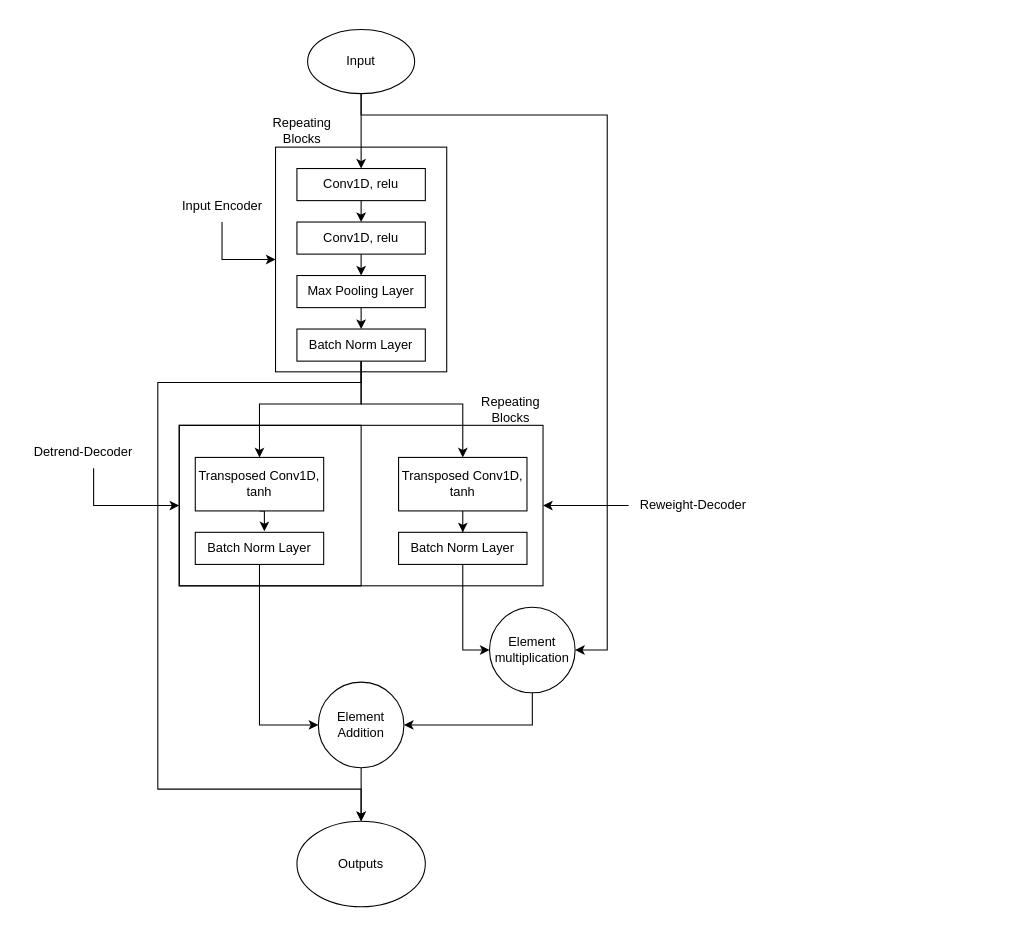
The draw.io diagram MATLAB/Notes/Figures/Architecture Diagram/ReweightDetrendLayer.drawio in not-JASH/Trading-AI-3, before the edit. Source tidied: cells renumbered, new cells numbered last; positions are measured from the earlier drawing's top-left corner, leaving out a move shared by most shapes. Both pictures are drawn from the tidied source at 107%, with x=0, y=0 at pixel (18, 29).
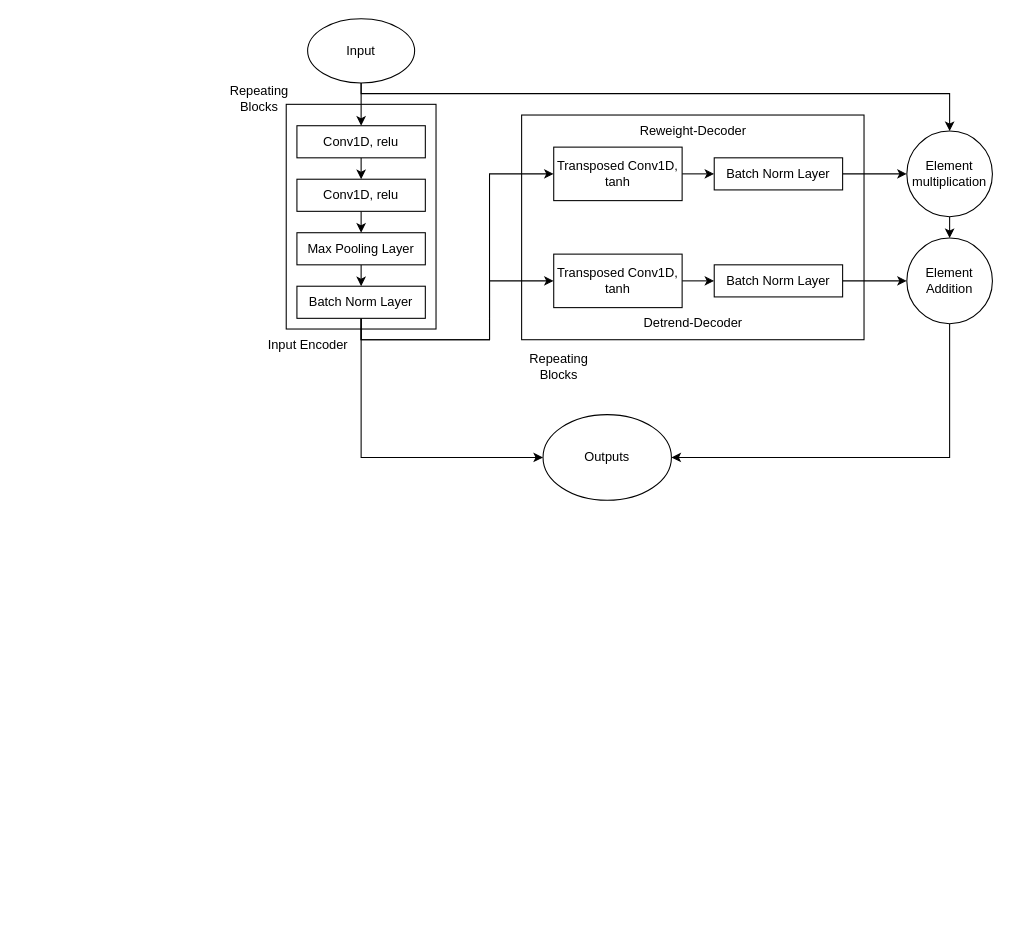
The same diagram, later.

What changed in the source:
```diff
@@
-    <mxCell id="3" style="edgeStyle=orthogonalEdgeStyle;rounded=0;jettySize=auto;html=1;exitX=0.5;exitY=1;exitDx=0;exitDy=0;entryX=1;entryY=0.5;entryDx=0;entryDy=0;" parent="1" edge="1" source="4" target="26">
+    <mxCell id="3" style="edgeStyle=orthogonalEdgeStyle;rounded=0;jettySize=auto;html=1;exitX=0.5;exitY=1;exitDx=0;exitDy=0;" parent="1" edge="1" source="4" target="26">
       <mxGeometry relative="1" as="geometry">
         <Array as="points">
-          <mxPoint x="320" y="80" />
-          <mxPoint x="550" y="80" />
-          <mxPoint x="550" y="580" />
+          <mxPoint x="320" y="60" />
+          <mxPoint x="870" y="60" />
         </Array>
       </mxGeometry>
     </mxCell>
     <mxCell id="4" value="Input" style="ellipse;whiteSpace=wrap;html=1;" parent="1" vertex="1">
-      <mxGeometry x="270" width="100" height="60" as="geometry" />
+      <mxGeometry x="270" y="-10" width="100" height="60" as="geometry" />
     </mxCell>
@@
     <mxCell id="6" value="Conv1D, relu" style="rounded=0;whiteSpace=wrap;html=1;" parent="1" vertex="1">
-      <mxGeometry x="260" y="130" width="120" height="30" as="geometry" />
+      <mxGeometry x="260" y="90" width="120" height="30" as="geometry" />
     </mxCell>
@@
     <mxCell id="8" value="Conv1D, relu" style="rounded=0;whiteSpace=wrap;html=1;" parent="1" vertex="1">
-      <mxGeometry x="260" y="180" width="120" height="30" as="geometry" />
+      <mxGeometry x="260" y="140" width="120" height="30" as="geometry" />
     </mxCell>
@@
     <mxCell id="10" value="Max Pooling Layer" style="rounded=0;whiteSpace=wrap;html=1;fontSize=12;" parent="1" vertex="1">
-      <mxGeometry x="260" y="230" width="120" height="30" as="geometry" />
+      <mxGeometry x="260" y="190" width="120" height="30" as="geometry" />
     </mxCell>
+    <mxCell id="12" style="edgeStyle=orthogonalEdgeStyle;rounded=0;jettySize=auto;html=1;exitX=0.5;exitY=1;exitDx=0;exitDy=0;entryX=0;entryY=0.5;entryDx=0;entryDy=0;" parent="1" edge="1" source="14" target="20">
+      <mxGeometry relative="1" as="geometry" />
+    </mxCell>
-    <mxCell id="11" style="edgeStyle=orthogonalEdgeStyle;rounded=0;jettySize=auto;html=1;exitX=0.5;exitY=1;exitDx=0;exitDy=0;fontSize=12;" parent="1" edge="1" source="14" target="18">
-      <mxGeometry relative="1" as="geometry">
-        <Array as="points">
-          <mxPoint x="320" y="350" />
-          <mxPoint x="225" y="350" />
-        </Array>
-      </mxGeometry>
+    <mxCell id="11" style="edgeStyle=orthogonalEdgeStyle;rounded=0;jettySize=auto;html=1;exitX=0.5;exitY=1;exitDx=0;exitDy=0;entryX=0;entryY=0.5;entryDx=0;entryDy=0;" parent="1" edge="1" source="14" target="18">
+      <mxGeometry relative="1" as="geometry" />
     </mxCell>
-    <mxCell id="12" style="edgeStyle=orthogonalEdgeStyle;rounded=0;jettySize=auto;html=1;exitX=0.5;exitY=1;exitDx=0;exitDy=0;" parent="1" edge="1" source="14" target="20">
-      <mxGeometry relative="1" as="geometry">
-        <Array as="points">
-          <mxPoint x="320" y="350" />
-          <mxPoint x="415" y="350" />
-        </Array>
-      </mxGeometry>
-    </mxCell>
-    <mxCell id="13" style="edgeStyle=orthogonalEdgeStyle;rounded=0;jettySize=auto;html=1;exitX=0.5;exitY=1;exitDx=0;exitDy=0;" parent="1" edge="1" source="14" target="38">
-      <mxGeometry relative="1" as="geometry">
-        <Array as="points">
-          <mxPoint x="320" y="330" />
-          <mxPoint x="130" y="330" />
-          <mxPoint x="130" y="710" />
-          <mxPoint x="320" y="710" />
-        </Array>
-      </mxGeometry>
+    <mxCell id="13" style="edgeStyle=orthogonalEdgeStyle;rounded=0;jettySize=auto;html=1;exitX=0.5;exitY=1;exitDx=0;exitDy=0;entryX=0;entryY=0.5;entryDx=0;entryDy=0;" parent="1" edge="1" source="14" target="38">
+      <mxGeometry relative="1" as="geometry" />
     </mxCell>
     <mxCell id="14" value="Batch Norm Layer" style="rounded=0;whiteSpace=wrap;html=1;fontSize=12;" parent="1" vertex="1">
-      <mxGeometry x="260" y="280" width="120" height="30" as="geometry" />
+      <mxGeometry x="260" y="240" width="120" height="30" as="geometry" />
     </mxCell>
-    <mxCell id="15" style="rounded=0;whiteSpace=wrap;html=1;labelBackgroundColor=none;fontSize=12;fillColor=none;" parent="1" vertex="1">
-      <mxGeometry x="240" y="110" width="160" height="210" as="geometry" />
-    </mxCell>
     <mxCell id="16" value="Repeating Blocks" style="text;html=1;strokeColor=none;fillColor=none;align=center;verticalAlign=middle;whiteSpace=wrap;rounded=0;labelBackgroundColor=none;fontSize=12;" parent="1" vertex="1">
-      <mxGeometry x="220" y="80" width="90" height="30" as="geometry" />
+      <mxGeometry x="180" y="50" width="90" height="30" as="geometry" />
     </mxCell>
-    <mxCell id="17" style="edgeStyle=orthogonalEdgeStyle;rounded=0;jettySize=auto;html=1;exitX=0.5;exitY=1;exitDx=0;exitDy=0;entryX=0.538;entryY=-0.033;entryDx=0;entryDy=0;entryPerimeter=0;" parent="1" edge="1" source="18" target="22">
-      <mxGeometry relative="1" as="geometry" />
-    </mxCell>
-    <mxCell id="18" value="Transposed Conv1D, tanh" style="rounded=0;whiteSpace=wrap;html=1;labelBackgroundColor=none;fontSize=12;fillColor=default;" parent="1" vertex="1">
-      <mxGeometry x="165" y="400" width="120" height="50" as="geometry" />
-    </mxCell>
-    <mxCell id="19" style="edgeStyle=orthogonalEdgeStyle;rounded=0;jettySize=auto;html=1;exitX=0.5;exitY=1;exitDx=0;exitDy=0;" parent="1" edge="1" source="20" target="24">
+    <mxCell id="19" style="edgeStyle=orthogonalEdgeStyle;rounded=0;jettySize=auto;html=1;exitX=1;exitY=0.5;exitDx=0;exitDy=0;entryX=0;entryY=0.5;entryDx=0;entryDy=0;" parent="1" edge="1" source="20" target="24">
       <mxGeometry relative="1" as="geometry" />
     </mxCell>
     <mxCell id="20" value="Transposed Conv1D, tanh" style="rounded=0;whiteSpace=wrap;html=1;labelBackgroundColor=none;fontSize=12;fillColor=default;" parent="1" vertex="1">
-      <mxGeometry x="355" y="400" width="120" height="50" as="geometry" />
+      <mxGeometry x="500" y="110" width="120" height="50" as="geometry" />
     </mxCell>
-    <mxCell id="21" style="edgeStyle=orthogonalEdgeStyle;rounded=0;jettySize=auto;html=1;exitX=0.5;exitY=1;exitDx=0;exitDy=0;entryX=0;entryY=0.5;entryDx=0;entryDy=0;" parent="1" edge="1" source="22" target="29">
-      <mxGeometry relative="1" as="geometry" />
-    </mxCell>
-    <mxCell id="22" value="Batch Norm Layer" style="rounded=0;whiteSpace=wrap;html=1;fontSize=12;" parent="1" vertex="1">
-      <mxGeometry x="165" y="470" width="120" height="30" as="geometry" />
-    </mxCell>
-    <mxCell id="23" style="edgeStyle=orthogonalEdgeStyle;rounded=0;jettySize=auto;html=1;exitX=0.5;exitY=1;exitDx=0;exitDy=0;entryX=0;entryY=0.5;entryDx=0;entryDy=0;" parent="1" edge="1" source="24" target="26">
+    <mxCell id="23" style="edgeStyle=orthogonalEdgeStyle;rounded=0;jettySize=auto;html=1;entryX=0;entryY=0.5;entryDx=0;entryDy=0;" parent="1" edge="1" source="24" target="26">
       <mxGeometry relative="1" as="geometry" />
     </mxCell>
     <mxCell id="24" value="Batch Norm Layer" style="rounded=0;whiteSpace=wrap;html=1;fontSize=12;" parent="1" vertex="1">
-      <mxGeometry x="355" y="470" width="120" height="30" as="geometry" />
+      <mxGeometry x="650" y="120" width="120" height="30" as="geometry" />
     </mxCell>
-    <mxCell id="25" style="edgeStyle=orthogonalEdgeStyle;rounded=0;jettySize=auto;html=1;exitX=0.5;exitY=1;exitDx=0;exitDy=0;entryX=1;entryY=0.5;entryDx=0;entryDy=0;" parent="1" edge="1" source="26" target="29">
+    <mxCell id="25" style="edgeStyle=orthogonalEdgeStyle;rounded=0;jettySize=auto;html=1;exitX=0.5;exitY=1;exitDx=0;exitDy=0;entryX=0.5;entryY=0;entryDx=0;entryDy=0;" parent="1" edge="1" source="26" target="29">
       <mxGeometry relative="1" as="geometry" />
     </mxCell>
     <mxCell id="26" value="Element multiplication" style="ellipse;whiteSpace=wrap;html=1;" parent="1" vertex="1">
-      <mxGeometry x="440" y="540" width="80" height="80" as="geometry" />
+      <mxGeometry x="830" y="95" width="80" height="80" as="geometry" />
     </mxCell>
-    <mxCell id="27" style="rounded=0;whiteSpace=wrap;html=1;labelBackgroundColor=none;fontSize=12;fillColor=none;" parent="1" vertex="1">
-      <mxGeometry x="150" y="370" width="340" height="150" as="geometry" />
-    </mxCell>
-    <mxCell id="28" style="edgeStyle=orthogonalEdgeStyle;rounded=0;jettySize=auto;html=1;exitX=0.5;exitY=1;exitDx=0;exitDy=0;" parent="1" edge="1" source="29" target="38">
+    <mxCell id="28" style="edgeStyle=orthogonalEdgeStyle;rounded=0;jettySize=auto;html=1;exitX=0.5;exitY=1;exitDx=0;exitDy=0;entryX=1;entryY=0.5;entryDx=0;entryDy=0;" parent="1" edge="1" source="29" target="38">
       <mxGeometry relative="1" as="geometry" />
     </mxCell>
     <mxCell id="29" value="Element Addition" style="ellipse;whiteSpace=wrap;html=1;" parent="1" vertex="1">
-      <mxGeometry x="280" y="610" width="80" height="80" as="geometry" />
+      <mxGeometry x="830" y="195" width="80" height="80" as="geometry" />
     </mxCell>
     <mxCell id="30" value="Repeating Blocks" style="text;html=1;strokeColor=none;fillColor=none;align=center;verticalAlign=middle;whiteSpace=wrap;rounded=0;labelBackgroundColor=none;fontSize=12;" parent="1" vertex="1">
-      <mxGeometry x="415" y="340" width="90" height="30" as="geometry" />
+      <mxGeometry x="460" y="300" width="90" height="30" as="geometry" />
     </mxCell>
-    <mxCell id="31" style="edgeStyle=orthogonalEdgeStyle;rounded=0;jettySize=auto;html=1;entryX=0;entryY=0.5;entryDx=0;entryDy=0;" parent="1" edge="1" source="32" target="15">
-      <mxGeometry relative="1" as="geometry">
-        <Array as="points">
-          <mxPoint x="190" y="215" />
-        </Array>
-      </mxGeometry>
-    </mxCell>
     <mxCell id="32" value="Input Encoder" style="text;html=1;align=center;verticalAlign=middle;points=[];strokeColor=none;fillColor=none;" parent="1" vertex="1">
-      <mxGeometry x="140" y="150" width="100" height="30" as="geometry" />
+      <mxGeometry x="220" y="280" width="100" height="30" as="geometry" />
     </mxCell>
     <mxCell id="33" style="rounded=0;whiteSpace=wrap;html=1;labelBackgroundColor=none;fontSize=12;fillColor=none;" parent="1" vertex="1">
-      <mxGeometry x="150" y="370" width="170" height="150" as="geometry" />
+      <mxGeometry x="470" y="80" width="320" height="210" as="geometry" />
     </mxCell>
-    <mxCell id="34" style="edgeStyle=orthogonalEdgeStyle;rounded=0;jettySize=auto;html=1;entryX=0;entryY=0.5;entryDx=0;entryDy=0;" parent="1" edge="1" source="35" target="33">
-      <mxGeometry relative="1" as="geometry">
-        <Array as="points">
-          <mxPoint x="70" y="445" />
-        </Array>
-      </mxGeometry>
-    </mxCell>
     <mxCell id="35" value="Detrend-Decoder" style="text;html=1;align=center;verticalAlign=middle;points=[];strokeColor=none;fillColor=none;" parent="1" vertex="1">
-      <mxGeometry y="380" width="120" height="30" as="geometry" />
+      <mxGeometry x="570" y="260" width="120" height="30" as="geometry" />
     </mxCell>
-    <mxCell id="36" style="edgeStyle=orthogonalEdgeStyle;rounded=0;jettySize=auto;html=1;entryX=1;entryY=0.5;entryDx=0;entryDy=0;" parent="1" edge="1" source="37" target="27">
-      <mxGeometry relative="1" as="geometry">
-        <Array as="points">
-          <mxPoint x="600" y="445" />
-        </Array>
-      </mxGeometry>
-    </mxCell>
     <mxCell id="37" value="Reweight-Decoder" style="text;html=1;align=center;verticalAlign=middle;points=[];strokeColor=none;fillColor=none;" parent="1" vertex="1">
-      <mxGeometry x="570" y="430" width="120" height="30" as="geometry" />
+      <mxGeometry x="570" y="80" width="120" height="30" as="geometry" />
     </mxCell>
     <mxCell id="38" value="Outputs" style="ellipse;whiteSpace=wrap;html=1;" parent="1" vertex="1">
-      <mxGeometry x="260" y="740" width="120" height="80" as="geometry" />
+      <mxGeometry x="490" y="360" width="120" height="80" as="geometry" />
     </mxCell>
+    <mxCell id="17" style="edgeStyle=orthogonalEdgeStyle;rounded=0;jettySize=auto;html=1;exitX=1;exitY=0.5;exitDx=0;exitDy=0;entryX=0;entryY=0.5;entryDx=0;entryDy=0;" parent="1" edge="1" source="18" target="22">
+      <mxGeometry relative="1" as="geometry" />
+    </mxCell>
+    <mxCell id="18" value="Transposed Conv1D, tanh" style="rounded=0;whiteSpace=wrap;html=1;labelBackgroundColor=none;fontSize=12;fillColor=default;" parent="1" vertex="1">
+      <mxGeometry x="500" y="210" width="120" height="50" as="geometry" />
+    </mxCell>
+    <mxCell id="21" style="edgeStyle=orthogonalEdgeStyle;rounded=0;jettySize=auto;html=1;exitX=1;exitY=0.5;exitDx=0;exitDy=0;entryX=0;entryY=0.5;entryDx=0;entryDy=0;" parent="1" edge="1" source="22" target="29">
+      <mxGeometry relative="1" as="geometry" />
+    </mxCell>
+    <mxCell id="22" value="Batch Norm Layer" style="rounded=0;whiteSpace=wrap;html=1;fontSize=12;" parent="1" vertex="1">
+      <mxGeometry x="650" y="220" width="120" height="30" as="geometry" />
+    </mxCell>
+    <mxCell id="39" style="rounded=0;whiteSpace=wrap;html=1;labelBackgroundColor=none;fontSize=12;fillColor=none;" parent="1" vertex="1">
+      <mxGeometry x="250" y="70" width="140" height="210" as="geometry" />
+    </mxCell>
```
